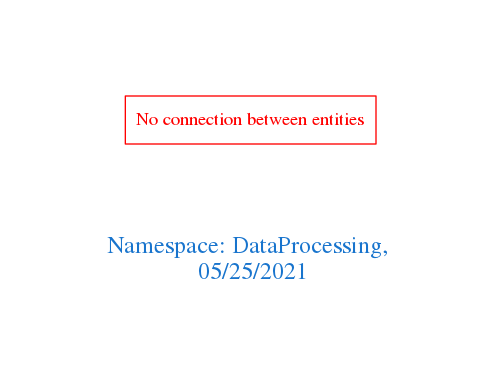
Before: downloads/DataProcessing.png, a diagram exported from Graphviz (arago/OGIT). Its source is kept beside it as downloads/DataProcessing.dot.
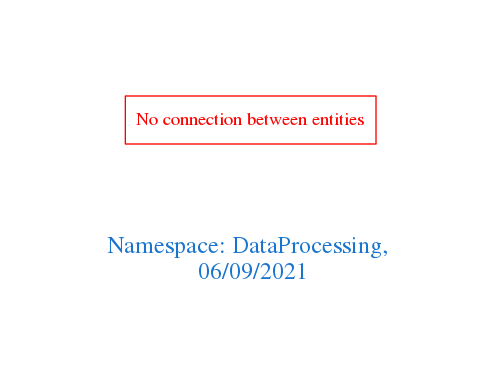
The same diagram one commit later.

What changed in the source:
```diff
@@ -1,7 +1,7 @@
 digraph OGIT_ontology {
  graph [ rankdir= LR,pad=1
 fontsize = 18,
-fontcolor= dodgerblue3,label = "\n\n\nNamespace: DataProcessing, \n 05/25/2021"];
+fontcolor= dodgerblue3,label = "\n\n\nNamespace: DataProcessing, \n 06/09/2021"];
 node[shape=polygon];
 edge [  color="gray81"];
 
```
